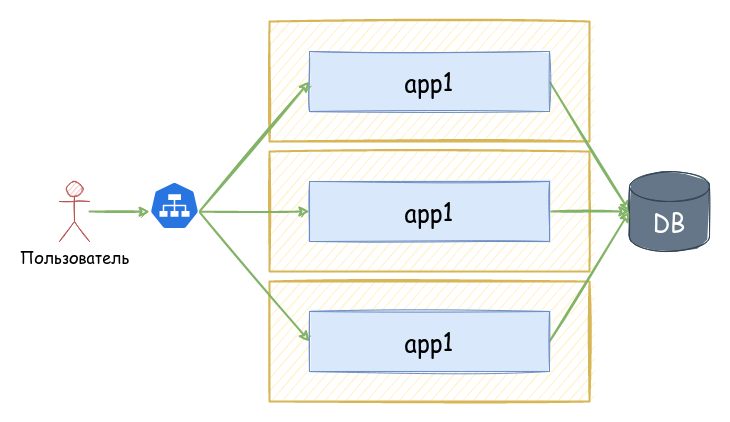
Earlier version of the draw.io export 10-about/slides/images/13-classic-servers.png (prosto-o/kubernetes). Source tidied: cells renumbered, new cells last; positions are measured from the earlier drawing's top-left corner, leaving out a move shared by most shapes. Source of this version:
```xml
<mxGraphModel>
  <root>
    <mxCell id="0" />
    <mxCell id="1" parent="0" />
    <mxCell id="2" style="rounded=0;whiteSpace=wrap;html=1;verticalAlign=top;spacingTop=-48;sketch=1;fontFamily=Comic Sans MS;fontSize=24;fillColor=#fff2cc;strokeColor=#d6b656;fillStyle=auto;strokeWidth=2;" parent="1" vertex="1">
      <mxGeometry x="210" y="260" width="320" height="120" as="geometry" />
    </mxCell>
    <mxCell id="3" style="rounded=0;whiteSpace=wrap;html=1;verticalAlign=top;spacingTop=-48;sketch=1;fontFamily=Comic Sans MS;fontSize=24;fillColor=#fff2cc;strokeColor=#d6b656;fillStyle=auto;strokeWidth=2;" parent="1" vertex="1">
      <mxGeometry x="210" y="130" width="320" height="120" as="geometry" />
    </mxCell>
    <mxCell id="4" style="edgeStyle=none;rounded=0;sketch=1;orthogonalLoop=1;jettySize=auto;html=1;exitX=0.5;exitY=1;exitDx=0;exitDy=0;fontFamily=Comic Sans MS;fontColor=#82B366;strokeColor=#82B366;strokeWidth=2;" parent="1" edge="1">
      <mxGeometry relative="1" as="geometry">
        <mxPoint x="305" y="130" as="sourcePoint" />
        <mxPoint x="305" y="130" as="targetPoint" />
      </mxGeometry>
    </mxCell>
    <mxCell id="5" style="rounded=0;whiteSpace=wrap;html=1;verticalAlign=top;spacingTop=-48;sketch=1;fontFamily=Comic Sans MS;fontSize=24;fillColor=#fff2cc;strokeColor=#d6b656;fillStyle=auto;strokeWidth=2;" parent="1" vertex="1">
      <mxGeometry x="210" width="320" height="120" as="geometry" />
    </mxCell>
    <mxCell id="6" style="rounded=0;jettySize=auto;html=1;entryX=0.005;entryY=0.63;entryDx=0;entryDy=0;sketch=1;fontFamily=Comic Sans MS;fontColor=#82B366;strokeColor=#82B366;strokeWidth=2;entryPerimeter=0;" parent="1" edge="1" source="7" target="15">
      <mxGeometry relative="1" as="geometry" />
    </mxCell>
    <mxCell id="7" value="Пользователь" style="shape=umlActor;verticalLabelPosition=bottom;verticalAlign=top;html=1;outlineConnect=0;fillColor=#f8cecc;strokeColor=#b85450;sketch=1;fontSize=16;fontFamily=Comic Sans MS;" parent="1" vertex="1">
      <mxGeometry y="160" width="30" height="60" as="geometry" />
    </mxCell>
    <mxCell id="8" style="rounded=0;jettySize=auto;html=1;entryX=0;entryY=0.5;entryDx=0;entryDy=0;entryPerimeter=0;sketch=1;fontFamily=Comic Sans MS;fontColor=#82B366;strokeColor=#82B366;strokeWidth=2;exitX=1;exitY=0.5;exitDx=0;exitDy=0;" parent="1" edge="1" source="9" target="10">
      <mxGeometry relative="1" as="geometry" />
    </mxCell>
    <mxCell id="9" value="app1" style="rounded=0;whiteSpace=wrap;html=1;verticalAlign=middle;fontSize=24;fillColor=#dae8fc;strokeColor=#6c8ebf;sketch=1;fontFamily=Comic Sans MS;fillStyle=solid;" parent="1" vertex="1">
      <mxGeometry x="250" y="30" width="240" height="60" as="geometry" />
    </mxCell>
    <mxCell id="10" value="DB" style="shape=cylinder3;whiteSpace=wrap;html=1;boundedLbl=1;backgroundOutline=1;size=15;verticalAlign=top;fontSize=24;fillColor=#647687;strokeColor=#314354;sketch=1;fontFamily=Comic Sans MS;fillStyle=solid;strokeWidth=1;fontColor=#ffffff;" parent="1" vertex="1">
      <mxGeometry x="570" y="150" width="80" height="80" as="geometry" />
    </mxCell>
    <mxCell id="11" style="edgeStyle=none;rounded=0;sketch=1;jettySize=auto;html=1;exitX=1;exitY=0.5;exitDx=0;exitDy=0;entryX=0;entryY=0.5;entryDx=0;entryDy=0;entryPerimeter=0;fontFamily=Comic Sans MS;fontColor=#82B366;strokeColor=#82B366;strokeWidth=2;" parent="1" edge="1" source="16" target="10">
      <mxGeometry relative="1" as="geometry" />
    </mxCell>
    <mxCell id="12" style="edgeStyle=none;rounded=0;sketch=1;jettySize=auto;html=1;exitX=0.995;exitY=0.63;exitDx=0;exitDy=0;exitPerimeter=0;entryX=0;entryY=0.5;entryDx=0;entryDy=0;fontFamily=Comic Sans MS;fontColor=#82B366;strokeColor=#82B366;strokeWidth=2;" parent="1" edge="1" source="15" target="9">
      <mxGeometry relative="1" as="geometry" />
    </mxCell>
    <mxCell id="13" style="edgeStyle=none;rounded=0;sketch=1;jettySize=auto;html=1;exitX=0.995;exitY=0.63;exitDx=0;exitDy=0;exitPerimeter=0;entryX=0;entryY=0.5;entryDx=0;entryDy=0;fontFamily=Comic Sans MS;fontColor=#82B366;strokeColor=#82B366;strokeWidth=2;" parent="1" edge="1" source="15" target="16">
      <mxGeometry relative="1" as="geometry" />
    </mxCell>
    <mxCell id="14" style="edgeStyle=none;rounded=0;sketch=1;jettySize=auto;html=1;exitX=0.995;exitY=0.63;exitDx=0;exitDy=0;exitPerimeter=0;entryX=0;entryY=0.5;entryDx=0;entryDy=0;fontFamily=Comic Sans MS;fontColor=#82B366;strokeColor=#82B366;strokeWidth=2;" parent="1" edge="1" source="15" target="19">
      <mxGeometry relative="1" as="geometry" />
    </mxCell>
    <mxCell id="15" style="sketch=0;html=1;dashed=0;whitespace=wrap;fillColor=#2875E2;strokeColor=#ffffff;points=[[0.005,0.63,0],[0.1,0.2,0],[0.9,0.2,0],[0.5,0,0],[0.995,0.63,0],[0.72,0.99,0],[0.5,1,0],[0.28,0.99,0]];shape=mxgraph.kubernetes.icon;prIcon=svc;fontFamily=Comic Sans MS;fontColor=#82B366;" parent="1" vertex="1">
      <mxGeometry x="90" y="160" width="50" height="48" as="geometry" />
    </mxCell>
    <mxCell id="16" value="app1" style="rounded=0;whiteSpace=wrap;html=1;verticalAlign=middle;fontSize=24;fillColor=#dae8fc;strokeColor=#6c8ebf;sketch=1;fontFamily=Comic Sans MS;fillStyle=solid;" parent="1" vertex="1">
      <mxGeometry x="250" y="160" width="240" height="60" as="geometry" />
    </mxCell>
    <mxCell id="17" style="edgeStyle=none;rounded=0;sketch=1;orthogonalLoop=1;jettySize=auto;html=1;exitX=0.5;exitY=1;exitDx=0;exitDy=0;fontFamily=Comic Sans MS;fontColor=#82B366;strokeColor=#82B366;strokeWidth=2;" parent="1" edge="1">
      <mxGeometry relative="1" as="geometry">
        <mxPoint x="305" y="260" as="sourcePoint" />
        <mxPoint x="305" y="260" as="targetPoint" />
      </mxGeometry>
    </mxCell>
    <mxCell id="18" style="edgeStyle=none;rounded=0;sketch=1;jettySize=auto;html=1;entryX=0;entryY=0.5;entryDx=0;entryDy=0;entryPerimeter=0;fontFamily=Comic Sans MS;fontColor=#82B366;strokeColor=#82B366;strokeWidth=2;exitX=1;exitY=0.5;exitDx=0;exitDy=0;" parent="1" edge="1" source="19" target="10">
      <mxGeometry relative="1" as="geometry" />
    </mxCell>
    <mxCell id="19" value="app1" style="rounded=0;whiteSpace=wrap;html=1;verticalAlign=middle;fontSize=24;fillColor=#dae8fc;strokeColor=#6c8ebf;sketch=1;fontFamily=Comic Sans MS;fillStyle=solid;" parent="1" vertex="1">
      <mxGeometry x="250" y="290" width="240" height="60" as="geometry" />
    </mxCell>
  </root>
</mxGraphModel>
```
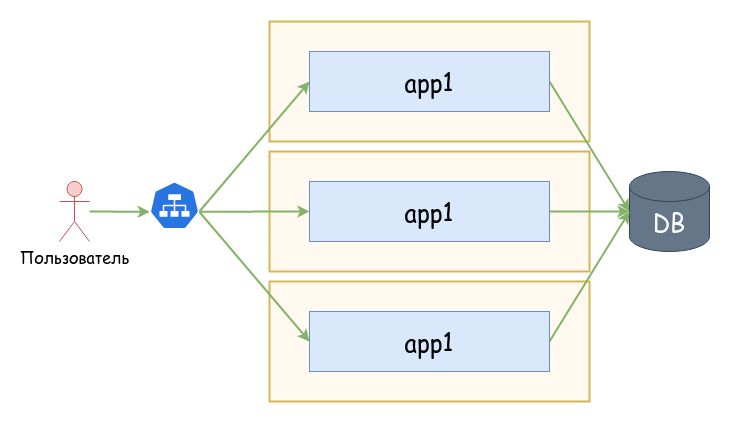
The same diagram one commit later.

What changed in the source:
```diff
@@ -2,64 +2,64 @@
   <root>
     <mxCell id="0" />
     <mxCell id="1" parent="0" />
-    <mxCell id="2" style="rounded=0;whiteSpace=wrap;html=1;verticalAlign=top;spacingTop=-48;sketch=1;fontFamily=Comic Sans MS;fontSize=24;fillColor=#fff2cc;strokeColor=#d6b656;fillStyle=auto;strokeWidth=2;" parent="1" vertex="1">
+    <mxCell id="2" style="rounded=0;whiteSpace=wrap;html=1;verticalAlign=top;spacingTop=-48;fontFamily=Comic Sans MS;fontSize=24;fillColor=#FFF9F0;strokeColor=#d6b656;fillStyle=auto;strokeWidth=2;" parent="1" vertex="1">
       <mxGeometry x="210" y="260" width="320" height="120" as="geometry" />
     </mxCell>
-    <mxCell id="3" style="rounded=0;whiteSpace=wrap;html=1;verticalAlign=top;spacingTop=-48;sketch=1;fontFamily=Comic Sans MS;fontSize=24;fillColor=#fff2cc;strokeColor=#d6b656;fillStyle=auto;strokeWidth=2;" parent="1" vertex="1">
+    <mxCell id="3" style="rounded=0;whiteSpace=wrap;html=1;verticalAlign=top;spacingTop=-48;fontFamily=Comic Sans MS;fontSize=24;fillColor=#FFF9F0;strokeColor=#d6b656;fillStyle=auto;strokeWidth=2;" parent="1" vertex="1">
       <mxGeometry x="210" y="130" width="320" height="120" as="geometry" />
     </mxCell>
-    <mxCell id="4" style="edgeStyle=none;rounded=0;sketch=1;orthogonalLoop=1;jettySize=auto;html=1;exitX=0.5;exitY=1;exitDx=0;exitDy=0;fontFamily=Comic Sans MS;fontColor=#82B366;strokeColor=#82B366;strokeWidth=2;" parent="1" edge="1">
+    <mxCell id="4" style="edgeStyle=none;rounded=0;orthogonalLoop=1;jettySize=auto;html=1;exitX=0.5;exitY=1;exitDx=0;exitDy=0;fontFamily=Comic Sans MS;fontColor=#82B366;strokeColor=#82B366;strokeWidth=2;" parent="1" edge="1">
       <mxGeometry relative="1" as="geometry">
         <mxPoint x="305" y="130" as="sourcePoint" />
         <mxPoint x="305" y="130" as="targetPoint" />
       </mxGeometry>
     </mxCell>
-    <mxCell id="5" style="rounded=0;whiteSpace=wrap;html=1;verticalAlign=top;spacingTop=-48;sketch=1;fontFamily=Comic Sans MS;fontSize=24;fillColor=#fff2cc;strokeColor=#d6b656;fillStyle=auto;strokeWidth=2;" parent="1" vertex="1">
+    <mxCell id="5" style="rounded=0;whiteSpace=wrap;html=1;verticalAlign=top;spacingTop=-48;fontFamily=Comic Sans MS;fontSize=24;fillColor=#FFF9F0;strokeColor=#d6b656;fillStyle=auto;strokeWidth=2;" parent="1" vertex="1">
       <mxGeometry x="210" width="320" height="120" as="geometry" />
     </mxCell>
-    <mxCell id="6" style="rounded=0;jettySize=auto;html=1;entryX=0.005;entryY=0.63;entryDx=0;entryDy=0;sketch=1;fontFamily=Comic Sans MS;fontColor=#82B366;strokeColor=#82B366;strokeWidth=2;entryPerimeter=0;" parent="1" edge="1" source="7" target="15">
+    <mxCell id="6" style="rounded=0;jettySize=auto;html=1;entryX=0.005;entryY=0.63;entryDx=0;entryDy=0;fontFamily=Comic Sans MS;fontColor=#82B366;strokeColor=#82B366;strokeWidth=2;entryPerimeter=0;" parent="1" edge="1" source="7" target="15">
       <mxGeometry relative="1" as="geometry" />
     </mxCell>
-    <mxCell id="7" value="Пользователь" style="shape=umlActor;verticalLabelPosition=bottom;verticalAlign=top;html=1;outlineConnect=0;fillColor=#f8cecc;strokeColor=#b85450;sketch=1;fontSize=16;fontFamily=Comic Sans MS;" parent="1" vertex="1">
+    <mxCell id="7" value="Пользователь" style="shape=umlActor;verticalLabelPosition=bottom;verticalAlign=top;html=1;outlineConnect=0;fillColor=#f8cecc;strokeColor=#b85450;fontSize=16;fontFamily=Comic Sans MS;" parent="1" vertex="1">
       <mxGeometry y="160" width="30" height="60" as="geometry" />
     </mxCell>
-    <mxCell id="8" style="rounded=0;jettySize=auto;html=1;entryX=0;entryY=0.5;entryDx=0;entryDy=0;entryPerimeter=0;sketch=1;fontFamily=Comic Sans MS;fontColor=#82B366;strokeColor=#82B366;strokeWidth=2;exitX=1;exitY=0.5;exitDx=0;exitDy=0;" parent="1" edge="1" source="9" target="10">
+    <mxCell id="8" style="rounded=0;jettySize=auto;html=1;entryX=0;entryY=0.5;entryDx=0;entryDy=0;entryPerimeter=0;fontFamily=Comic Sans MS;fontColor=#82B366;strokeColor=#82B366;strokeWidth=2;exitX=1;exitY=0.5;exitDx=0;exitDy=0;" parent="1" edge="1" source="9" target="10">
       <mxGeometry relative="1" as="geometry" />
     </mxCell>
-    <mxCell id="9" value="app1" style="rounded=0;whiteSpace=wrap;html=1;verticalAlign=middle;fontSize=24;fillColor=#dae8fc;strokeColor=#6c8ebf;sketch=1;fontFamily=Comic Sans MS;fillStyle=solid;" parent="1" vertex="1">
+    <mxCell id="9" value="app1" style="rounded=0;whiteSpace=wrap;html=1;verticalAlign=middle;fontSize=24;fillColor=#dae8fc;strokeColor=#6c8ebf;fontFamily=Comic Sans MS;fillStyle=solid;" parent="1" vertex="1">
       <mxGeometry x="250" y="30" width="240" height="60" as="geometry" />
     </mxCell>
-    <mxCell id="10" value="DB" style="shape=cylinder3;whiteSpace=wrap;html=1;boundedLbl=1;backgroundOutline=1;size=15;verticalAlign=top;fontSize=24;fillColor=#647687;strokeColor=#314354;sketch=1;fontFamily=Comic Sans MS;fillStyle=solid;strokeWidth=1;fontColor=#ffffff;" parent="1" vertex="1">
+    <mxCell id="10" value="DB" style="shape=cylinder3;whiteSpace=wrap;html=1;boundedLbl=1;backgroundOutline=1;size=15;verticalAlign=top;fontSize=24;fillColor=#647687;strokeColor=#314354;fontFamily=Comic Sans MS;fillStyle=solid;strokeWidth=1;fontColor=#ffffff;" parent="1" vertex="1">
       <mxGeometry x="570" y="150" width="80" height="80" as="geometry" />
     </mxCell>
-    <mxCell id="11" style="edgeStyle=none;rounded=0;sketch=1;jettySize=auto;html=1;exitX=1;exitY=0.5;exitDx=0;exitDy=0;entryX=0;entryY=0.5;entryDx=0;entryDy=0;entryPerimeter=0;fontFamily=Comic Sans MS;fontColor=#82B366;strokeColor=#82B366;strokeWidth=2;" parent="1" edge="1" source="16" target="10">
+    <mxCell id="11" style="edgeStyle=none;rounded=0;jettySize=auto;html=1;exitX=1;exitY=0.5;exitDx=0;exitDy=0;entryX=0;entryY=0.5;entryDx=0;entryDy=0;entryPerimeter=0;fontFamily=Comic Sans MS;fontColor=#82B366;strokeColor=#82B366;strokeWidth=2;" parent="1" edge="1" source="16" target="10">
       <mxGeometry relative="1" as="geometry" />
     </mxCell>
-    <mxCell id="12" style="edgeStyle=none;rounded=0;sketch=1;jettySize=auto;html=1;exitX=0.995;exitY=0.63;exitDx=0;exitDy=0;exitPerimeter=0;entryX=0;entryY=0.5;entryDx=0;entryDy=0;fontFamily=Comic Sans MS;fontColor=#82B366;strokeColor=#82B366;strokeWidth=2;" parent="1" edge="1" source="15" target="9">
+    <mxCell id="12" style="edgeStyle=none;rounded=0;jettySize=auto;html=1;exitX=0.995;exitY=0.63;exitDx=0;exitDy=0;exitPerimeter=0;entryX=0;entryY=0.5;entryDx=0;entryDy=0;fontFamily=Comic Sans MS;fontColor=#82B366;strokeColor=#82B366;strokeWidth=2;" parent="1" edge="1" source="15" target="9">
       <mxGeometry relative="1" as="geometry" />
     </mxCell>
-    <mxCell id="13" style="edgeStyle=none;rounded=0;sketch=1;jettySize=auto;html=1;exitX=0.995;exitY=0.63;exitDx=0;exitDy=0;exitPerimeter=0;entryX=0;entryY=0.5;entryDx=0;entryDy=0;fontFamily=Comic Sans MS;fontColor=#82B366;strokeColor=#82B366;strokeWidth=2;" parent="1" edge="1" source="15" target="16">
+    <mxCell id="13" style="edgeStyle=none;rounded=0;jettySize=auto;html=1;exitX=0.995;exitY=0.63;exitDx=0;exitDy=0;exitPerimeter=0;entryX=0;entryY=0.5;entryDx=0;entryDy=0;fontFamily=Comic Sans MS;fontColor=#82B366;strokeColor=#82B366;strokeWidth=2;" parent="1" edge="1" source="15" target="16">
       <mxGeometry relative="1" as="geometry" />
     </mxCell>
-    <mxCell id="14" style="edgeStyle=none;rounded=0;sketch=1;jettySize=auto;html=1;exitX=0.995;exitY=0.63;exitDx=0;exitDy=0;exitPerimeter=0;entryX=0;entryY=0.5;entryDx=0;entryDy=0;fontFamily=Comic Sans MS;fontColor=#82B366;strokeColor=#82B366;strokeWidth=2;" parent="1" edge="1" source="15" target="19">
+    <mxCell id="14" style="edgeStyle=none;rounded=0;jettySize=auto;html=1;exitX=0.995;exitY=0.63;exitDx=0;exitDy=0;exitPerimeter=0;entryX=0;entryY=0.5;entryDx=0;entryDy=0;fontFamily=Comic Sans MS;fontColor=#82B366;strokeColor=#82B366;strokeWidth=2;" parent="1" edge="1" source="15" target="19">
       <mxGeometry relative="1" as="geometry" />
     </mxCell>
-    <mxCell id="15" style="sketch=0;html=1;dashed=0;whitespace=wrap;fillColor=#2875E2;strokeColor=#ffffff;points=[[0.005,0.63,0],[0.1,0.2,0],[0.9,0.2,0],[0.5,0,0],[0.995,0.63,0],[0.72,0.99,0],[0.5,1,0],[0.28,0.99,0]];shape=mxgraph.kubernetes.icon;prIcon=svc;fontFamily=Comic Sans MS;fontColor=#82B366;" parent="1" vertex="1">
+    <mxCell id="15" style="html=1;dashed=0;whitespace=wrap;fillColor=#2875E2;strokeColor=#ffffff;points=[[0.005,0.63,0],[0.1,0.2,0],[0.9,0.2,0],[0.5,0,0],[0.995,0.63,0],[0.72,0.99,0],[0.5,1,0],[0.28,0.99,0]];shape=mxgraph.kubernetes.icon;prIcon=svc;fontFamily=Comic Sans MS;fontColor=#82B366;" parent="1" vertex="1">
       <mxGeometry x="90" y="160" width="50" height="48" as="geometry" />
     </mxCell>
-    <mxCell id="16" value="app1" style="rounded=0;whiteSpace=wrap;html=1;verticalAlign=middle;fontSize=24;fillColor=#dae8fc;strokeColor=#6c8ebf;sketch=1;fontFamily=Comic Sans MS;fillStyle=solid;" parent="1" vertex="1">
+    <mxCell id="16" value="app1" style="rounded=0;whiteSpace=wrap;html=1;verticalAlign=middle;fontSize=24;fillColor=#dae8fc;strokeColor=#6c8ebf;fontFamily=Comic Sans MS;fillStyle=solid;" parent="1" vertex="1">
       <mxGeometry x="250" y="160" width="240" height="60" as="geometry" />
     </mxCell>
-    <mxCell id="17" style="edgeStyle=none;rounded=0;sketch=1;orthogonalLoop=1;jettySize=auto;html=1;exitX=0.5;exitY=1;exitDx=0;exitDy=0;fontFamily=Comic Sans MS;fontColor=#82B366;strokeColor=#82B366;strokeWidth=2;" parent="1" edge="1">
+    <mxCell id="17" style="edgeStyle=none;rounded=0;orthogonalLoop=1;jettySize=auto;html=1;exitX=0.5;exitY=1;exitDx=0;exitDy=0;fontFamily=Comic Sans MS;fontColor=#82B366;strokeColor=#82B366;strokeWidth=2;" parent="1" edge="1">
       <mxGeometry relative="1" as="geometry">
         <mxPoint x="305" y="260" as="sourcePoint" />
         <mxPoint x="305" y="260" as="targetPoint" />
       </mxGeometry>
     </mxCell>
-    <mxCell id="18" style="edgeStyle=none;rounded=0;sketch=1;jettySize=auto;html=1;entryX=0;entryY=0.5;entryDx=0;entryDy=0;entryPerimeter=0;fontFamily=Comic Sans MS;fontColor=#82B366;strokeColor=#82B366;strokeWidth=2;exitX=1;exitY=0.5;exitDx=0;exitDy=0;" parent="1" edge="1" source="19" target="10">
+    <mxCell id="18" style="edgeStyle=none;rounded=0;jettySize=auto;html=1;entryX=0;entryY=0.5;entryDx=0;entryDy=0;entryPerimeter=0;fontFamily=Comic Sans MS;fontColor=#82B366;strokeColor=#82B366;strokeWidth=2;exitX=1;exitY=0.5;exitDx=0;exitDy=0;" parent="1" edge="1" source="19" target="10">
       <mxGeometry relative="1" as="geometry" />
     </mxCell>
-    <mxCell id="19" value="app1" style="rounded=0;whiteSpace=wrap;html=1;verticalAlign=middle;fontSize=24;fillColor=#dae8fc;strokeColor=#6c8ebf;sketch=1;fontFamily=Comic Sans MS;fillStyle=solid;" parent="1" vertex="1">
+    <mxCell id="19" value="app1" style="rounded=0;whiteSpace=wrap;html=1;verticalAlign=middle;fontSize=24;fillColor=#dae8fc;strokeColor=#6c8ebf;fontFamily=Comic Sans MS;fillStyle=solid;" parent="1" vertex="1">
       <mxGeometry x="250" y="290" width="240" height="60" as="geometry" />
     </mxCell>
   </root>
```
